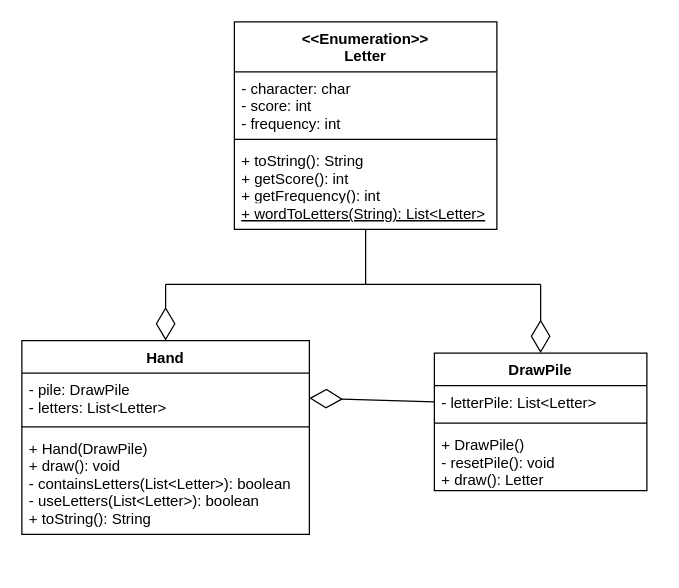
Earlier version of the draw.io diagram src/ScuffleUML.drawio (trk20/Scuffle). Source tidied: cells renumbered, new cells numbered last; positions are measured from the earlier drawing's top-left corner, leaving out a move shared by most shapes. Both pictures are drawn from the tidied source at 125%, with x=0, y=0 at pixel (21, 21).
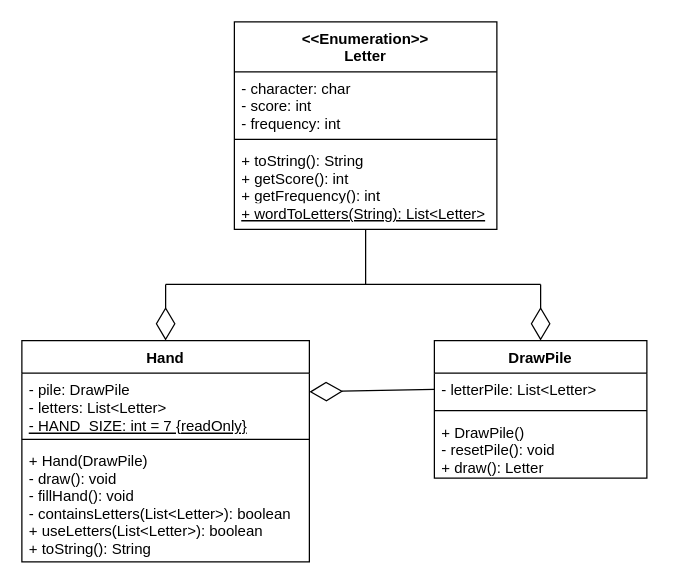
After the change.

Commit message:
UML for Hand changes

Change to the diagram source:
```diff
@@
     <mxCell id="2" value="DrawPile" style="swimlane;fontStyle=1;align=center;verticalAlign=top;horizontal=1;startSize=26;" parent="1" vertex="1">
-      <mxGeometry x="330" y="265" width="170" height="110" as="geometry" />
+      <mxGeometry x="330" y="255" width="170" height="110" as="geometry" />
     </mxCell>
@@
     <mxCell id="7" value="Hand" style="swimlane;fontStyle=1;align=center;verticalAlign=top;horizontal=1;startSize=26;" parent="1" vertex="1">
-      <mxGeometry y="255" width="230" height="155" as="geometry" />
+      <mxGeometry y="255" width="230" height="177" as="geometry" />
     </mxCell>
     <mxCell id="8" value="- pile: DrawPile&#10;- letters: List&lt;Letter&gt;" style="text;strokeColor=none;fillColor=none;align=left;verticalAlign=top;spacingLeft=4;spacingRight=4;overflow=hidden;points=[[0,0.5],[1,0.5]];portConstraint=eastwest;" parent="7" vertex="1">
-      <mxGeometry y="26" width="230" height="39" as="geometry" />
+      <mxGeometry y="26" width="230" height="29" as="geometry" />
     </mxCell>
+    <mxCell id="21" value="- HAND_SIZE: int = 7 {readOnly}" style="text;strokeColor=none;fillColor=none;align=left;verticalAlign=top;spacingLeft=4;spacingRight=4;overflow=hidden;fontStyle=4;" parent="7" vertex="1">
+      <mxGeometry y="55" width="230" height="20" as="geometry" />
+    </mxCell>
     <mxCell id="9" style="line;strokeWidth=1;fillColor=none;align=left;verticalAlign=middle;spacingTop=-1;spacingLeft=3;spacingRight=3;labelPosition=right;strokeColor=inherit;" parent="7" vertex="1">
-      <mxGeometry y="65" width="230" height="8" as="geometry" />
+      <mxGeometry y="75" width="230" height="8" as="geometry" />
     </mxCell>
-    <mxCell id="10" value="+ Hand(DrawPile)&#10;+ draw(): void&#10;- containsLetters(List&lt;Letter&gt;): boolean&#10;- useLetters(List&lt;Letter&gt;): boolean&#10;+ toString(): String" style="text;strokeColor=none;fillColor=none;align=left;verticalAlign=top;spacingLeft=4;spacingRight=4;overflow=hidden;" parent="7" vertex="1">
-      <mxGeometry y="73" width="230" height="82" as="geometry" />
+    <mxCell id="10" value="+ Hand(DrawPile)&#10;- draw(): void&#10;- fillHand(): void&#10;- containsLetters(List&lt;Letter&gt;): boolean&#10;+ useLetters(List&lt;Letter&gt;): boolean&#10;+ toString(): String" style="text;strokeColor=none;fillColor=none;align=left;verticalAlign=top;spacingLeft=4;spacingRight=4;overflow=hidden;" parent="7" vertex="1">
+      <mxGeometry y="83" width="230" height="94" as="geometry" />
     </mxCell>
```
